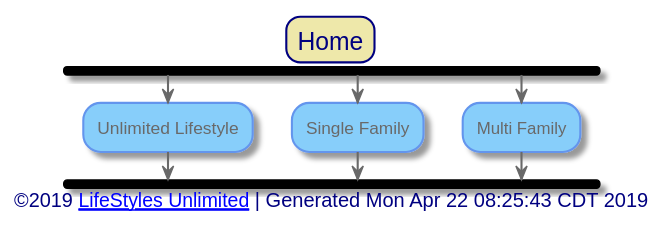
This is out/src/index.svg from toddmo/lifestylesunlimited, a PlantUML export, as it was before one commit.
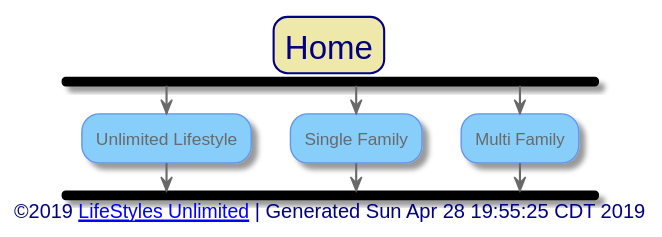
Above is the later version.

Change to the diagram source:
```diff
@@ -11,11 +11,13 @@
   BackgroundColor PaleGoldenRod
   BorderColor Navy
   BorderRoundCorner 20
+  FontSize 24
 }
 
 skinparam activity {
   BackgroundColor Ivory
   BorderColor CornflowerBlue
+  BorderThickness 1
   FontColor DimGray
 
 
@@ -85,7 +87,7 @@
 
 
 left footer
-	<font size=14>©2019 [[http://www.lifestylesunlimited.com LifeStyles Unlimited]] | Generated Mon Apr 22 08:25:43 CDT 2019</font>
+	<font size=14>©2019 [[http://www.lifestylesunlimited.com LifeStyles Unlimited]] | Generated Sun Apr 28 19:55:25 CDT 2019</font>
 endfooter
 
 
```
